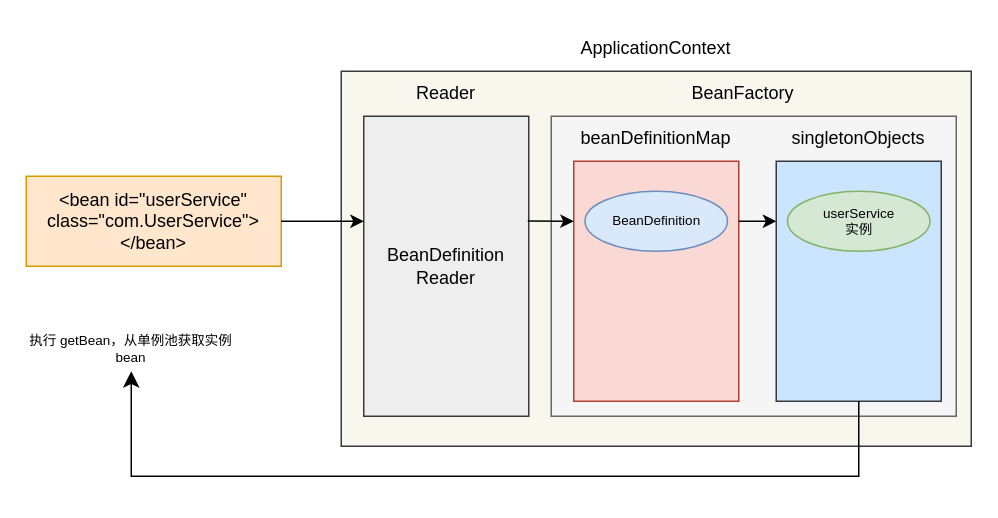
josek43326/draw.io keeps this draw.io diagram as spring/spring.drawio. Above is the earlier version. Source tidied: cells renumbered, new cells numbered last; positions are measured from the earlier drawing's top-left corner, leaving out a move shared by most shapes. Both pictures are drawn from the tidied source at 150%, with x=0, y=0 at pixel (26, 26).
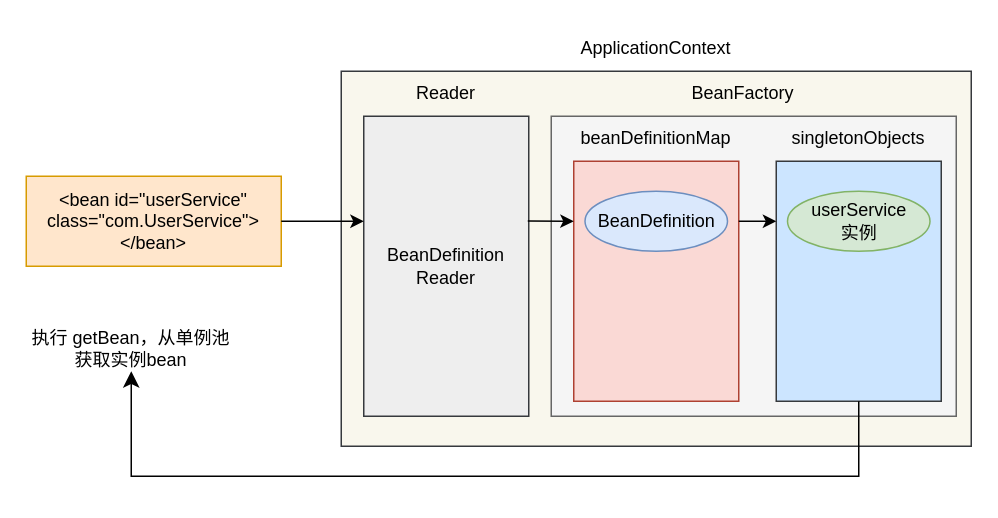
After the change.

Diff of the diagram source:
```diff
@@
-    <mxCell id="15" value="BeanDefinition" style="ellipse;whiteSpace=wrap;html=1;fontSize=9;fillColor=#dae8fc;strokeColor=#6c8ebf;" parent="1" vertex="1">
+    <mxCell id="15" value="BeanDefinition" style="ellipse;whiteSpace=wrap;html=1;fontSize=12;fillColor=#dae8fc;strokeColor=#6c8ebf;" parent="1" vertex="1">
       <mxGeometry x="372.5" y="110" width="95" height="40" as="geometry" />
     </mxCell>
-    <mxCell id="16" value="userService&lt;br&gt;实例" style="ellipse;whiteSpace=wrap;html=1;fontSize=9;fillColor=#d5e8d4;strokeColor=#82b366;" parent="1" vertex="1">
+    <mxCell id="16" value="userService&lt;br style=&quot;font-size: 12px;&quot;&gt;实例" style="ellipse;whiteSpace=wrap;html=1;fontSize=12;fillColor=#d5e8d4;strokeColor=#82b366;" parent="1" vertex="1">
       <mxGeometry x="507.5" y="110" width="95" height="40" as="geometry" />
     </mxCell>
-    <mxCell id="17" value="执行 getBean，从单例池获取实例bean" style="text;html=1;strokeColor=none;fillColor=none;align=center;verticalAlign=middle;whiteSpace=wrap;rounded=0;fontSize=9;" parent="1" vertex="1">
+    <mxCell id="17" value="执行 getBean，从单例池获取实例bean" style="text;html=1;strokeColor=none;fillColor=none;align=center;verticalAlign=middle;whiteSpace=wrap;rounded=0;fontSize=12;" parent="1" vertex="1">
       <mxGeometry y="200" width="140" height="30" as="geometry" />
     </mxCell>
```
